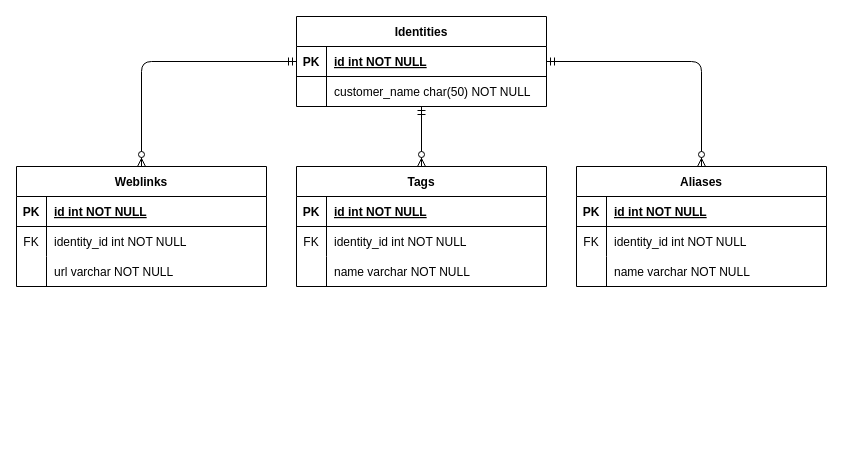
Before: docs/models/entity_relationship_model.drawio in LuxGrey/TomokiDB, a draw.io diagram. Source tidied: cells renumbered, new cells numbered last; positions are measured from the earlier drawing's top-left corner, leaving out a move shared by most shapes. Both pictures are drawn from the tidied source at 100%, with x=0, y=0 at pixel (16, 16).
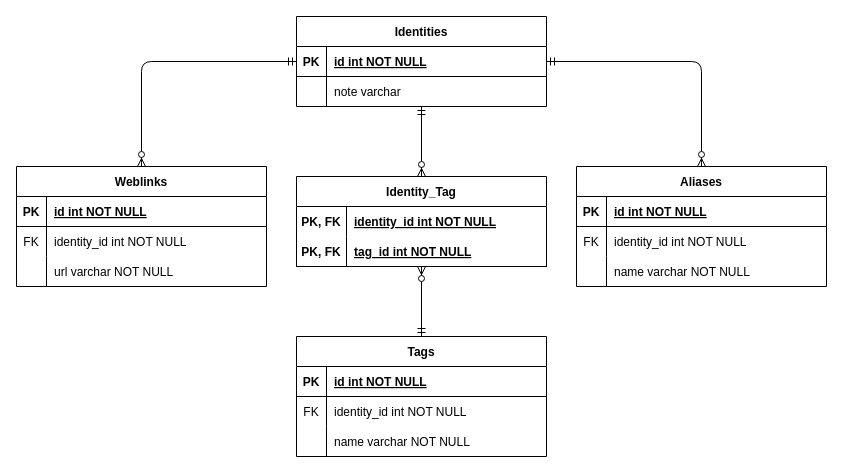
After the change.

The change refers to these unchanged cells:
```xml
<mxCell id="12" value="Identities" style="shape=table;startSize=30;childLayout=tableLayout;rowLines=0;fontStyle=1;align=center;" parent="1" vertex="1">
  <mxGeometry x="280" width="250" height="90" as="geometry" />
</mxCell>
<mxCell id="16" style="shape=partialRectangle;fillColor=none;points=[[0,0.5],[1,0.5]];portConstraint=eastwest;top=0;left=0;right=0;bottom=0;" parent="12" vertex="1">
  <mxGeometry y="60" width="250" height="30" as="geometry" />
</mxCell>
```

Change to the diagram source:
```diff
@@
     <mxCell id="2" value="Tags" style="shape=table;startSize=30;childLayout=tableLayout;rowLines=0;fontStyle=1;align=center;" parent="1" vertex="1">
-      <mxGeometry x="280" y="150" width="250" height="120" as="geometry" />
+      <mxGeometry x="280" y="320" width="250" height="120" as="geometry" />
     </mxCell>
@@
-    <mxCell id="18" value="customer_name char(50) NOT NULL" style="shape=partialRectangle;overflow=hidden;fillColor=none;top=0;left=0;bottom=0;right=0;align=left;spacingLeft=6;" parent="16" vertex="1">
+    <mxCell id="18" value="note varchar" style="shape=partialRectangle;overflow=hidden;fillColor=none;top=0;left=0;bottom=0;right=0;align=left;spacingLeft=6;" parent="16" vertex="1">
       <mxGeometry x="30" width="220" height="30" as="geometry" />
     </mxCell>
@@
-    <mxCell id="39" style="fontSize=12;html=1;endArrow=ERzeroToMany;startArrow=ERmandOne;entryX=0.5;entryY=0;entryDx=0;entryDy=0;" parent="1" edge="1" source="16" target="2">
-      <mxGeometry relative="1" as="geometry" />
-    </mxCell>
@@
+    <mxCell id="42" style="edgeStyle=orthogonalEdgeStyle;rounded=0;jettySize=auto;html=1;entryX=0.5;entryY=0;entryDx=0;entryDy=0;startArrow=ERzeroToMany;startFill=1;endArrow=ERmandOne;endFill=0;" parent="1" edge="1" source="44" target="2">
+      <mxGeometry relative="1" as="geometry" />
+    </mxCell>
+    <mxCell id="43" style="edgeStyle=orthogonalEdgeStyle;rounded=0;jettySize=auto;html=1;exitX=0.5;exitY=0;exitDx=0;exitDy=0;endArrow=ERmandOne;endFill=0;startArrow=ERzeroToMany;startFill=1;" parent="1" edge="1" source="44" target="12">
+      <mxGeometry relative="1" as="geometry" />
+    </mxCell>
+    <mxCell id="44" value="Identity_Tag" style="shape=table;startSize=30;childLayout=tableLayout;rowLines=0;fontStyle=1;align=center;" parent="1" vertex="1">
+      <mxGeometry x="280" y="160" width="250" height="90" as="geometry" />
+    </mxCell>
+    <mxCell id="45" style="shape=partialRectangle;fillColor=none;top=0;left=0;right=0;bottom=0;" parent="44" vertex="1">
+      <mxGeometry y="30" width="250" height="30" as="geometry" />
+    </mxCell>
+    <mxCell id="46" value="PK, FK" style="shape=partialRectangle;overflow=hidden;fillColor=none;top=0;left=0;bottom=0;right=0;fontStyle=1;" parent="45" vertex="1">
+      <mxGeometry width="50" height="30" as="geometry" />
+    </mxCell>
+    <mxCell id="47" value="identity_id int NOT NULL" style="shape=partialRectangle;overflow=hidden;fillColor=none;top=0;left=0;bottom=0;right=0;align=left;spacingLeft=6;fontStyle=5;" parent="45" vertex="1">
+      <mxGeometry x="50" width="200" height="30" as="geometry" />
+    </mxCell>
+    <mxCell id="48" style="shape=partialRectangle;fillColor=none;top=0;left=0;right=0;bottom=1;" parent="44" vertex="1">
+      <mxGeometry y="60" width="250" height="30" as="geometry" />
+    </mxCell>
+    <mxCell id="49" value="PK, FK" style="shape=partialRectangle;overflow=hidden;fillColor=none;top=0;left=0;bottom=0;right=0;fontStyle=1;" parent="48" vertex="1">
+      <mxGeometry width="50" height="30" as="geometry" />
+    </mxCell>
+    <mxCell id="50" value="tag_id int NOT NULL" style="shape=partialRectangle;overflow=hidden;fillColor=none;top=0;left=0;bottom=0;right=0;align=left;spacingLeft=6;fontStyle=5;" parent="48" vertex="1">
+      <mxGeometry x="50" width="200" height="30" as="geometry" />
+    </mxCell>
```
